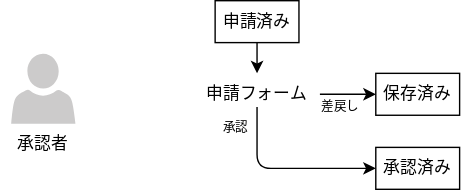
Above: docs/approverProcess.drawio.svg in of3jlmssoo/small-app-django-bootstrap-django-tables2- (draw.io), before the change. Source tidied: cells renumbered, new cells last; positions are measured from the earlier drawing's top-left corner, leaving out a move shared by most shapes. Its diagram source:
```xml
<mxGraphModel background="#ffffff">
  <root>
    <mxCell id="0" />
    <mxCell id="1" parent="0" />
    <mxCell id="2" style="sketch=0;shadow=0;dashed=0;html=1;strokeColor=none;labelPosition=center;verticalLabelPosition=bottom;verticalAlign=top;align=center;shape=mxgraph.office.users.user;fillColor=#CCCBCB;" parent="1" vertex="1">
      <mxGeometry x="7" y="38" width="46" height="50" as="geometry" />
    </mxCell>
    <mxCell id="3" value="承認者" style="text;html=1;strokeColor=none;fillColor=none;align=center;verticalAlign=middle;whiteSpace=wrap;rounded=0;fontColor=#000000;" parent="1" vertex="1">
      <mxGeometry y="88" width="60" height="30" as="geometry" />
    </mxCell>
    <mxCell id="4" value="承認済み" style="text;html=1;strokeColor=#000000;fillColor=none;align=center;verticalAlign=middle;whiteSpace=wrap;rounded=0;fontColor=#000000;" parent="1" vertex="1">
      <mxGeometry x="268" y="105" width="60" height="30" as="geometry" />
    </mxCell>
    <mxCell id="5" value="申請済み" style="text;html=1;strokeColor=#000000;fillColor=none;align=center;verticalAlign=middle;whiteSpace=wrap;rounded=0;fontColor=#000000;" parent="1" vertex="1">
      <mxGeometry x="153" width="60" height="30" as="geometry" />
    </mxCell>
    <mxCell id="6" value="申請フォーム" style="text;html=1;strokeColor=none;fillColor=none;align=center;verticalAlign=middle;whiteSpace=wrap;rounded=0;fontColor=#000000;" parent="1" vertex="1">
      <mxGeometry x="138" y="52" width="90" height="30" as="geometry" />
    </mxCell>
    <mxCell id="7" style="endArrow=classic;html=1;fontColor=#000000;strokeColor=#000000;entryX=0.5;entryY=0;entryDx=0;entryDy=0;" parent="1" edge="1" source="5" target="6">
      <mxGeometry relative="1" as="geometry" />
    </mxCell>
    <mxCell id="8" value="保存済み" style="text;html=1;strokeColor=#000000;fillColor=none;align=center;verticalAlign=middle;whiteSpace=wrap;rounded=0;fontColor=#000000;" parent="1" vertex="1">
      <mxGeometry x="268" y="52" width="60" height="30" as="geometry" />
    </mxCell>
    <mxCell id="9" style="endArrow=classic;html=1;fontColor=#000000;strokeColor=#000000;entryX=0;entryY=0.5;entryDx=0;entryDy=0;exitX=1;exitY=0.5;exitDx=0;exitDy=0;" parent="1" edge="1" source="6" target="8">
      <mxGeometry relative="1" as="geometry" />
    </mxCell>
    <mxCell id="10" value="承認" style="text;html=1;strokeColor=none;fillColor=none;align=center;verticalAlign=middle;whiteSpace=wrap;rounded=0;fontColor=#000000;fontSize=9;" parent="1" vertex="1">
      <mxGeometry x="138" y="76" width="60" height="30" as="geometry" />
    </mxCell>
    <mxCell id="11" value="差戻し" style="text;html=1;strokeColor=none;fillColor=none;align=center;verticalAlign=middle;whiteSpace=wrap;rounded=0;fontColor=#000000;fontSize=9;" parent="1" vertex="1">
      <mxGeometry x="213" y="61" width="60" height="30" as="geometry" />
    </mxCell>
    <mxCell id="12" style="edgeStyle=segmentEdgeStyle;endArrow=classic;html=1;strokeColor=#000000;exitX=0.75;exitY=0;exitDx=0;exitDy=0;entryX=0;entryY=0.5;entryDx=0;entryDy=0;" parent="1" edge="1" source="10" target="4">
      <mxGeometry relative="1" as="geometry">
        <Array as="points">
          <mxPoint x="183" y="120" />
        </Array>
      </mxGeometry>
    </mxCell>
  </root>
</mxGraphModel>
```
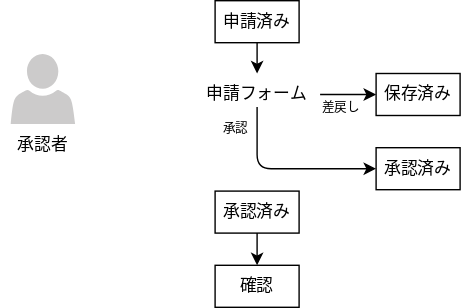
The same file after the commit.

Diff of the diagram source:
```diff
@@ -39,5 +39,14 @@
         </Array>
       </mxGeometry>
     </mxCell>
+    <mxCell id="13" value="承認済み" style="text;html=1;strokeColor=#000000;fillColor=none;align=center;verticalAlign=middle;whiteSpace=wrap;rounded=0;fontColor=#000000;" parent="1" vertex="1">
+      <mxGeometry x="153" y="136" width="60" height="30" as="geometry" />
+    </mxCell>
+    <mxCell id="14" value="確認" style="text;html=1;strokeColor=#000000;fillColor=none;align=center;verticalAlign=middle;whiteSpace=wrap;rounded=0;fontColor=#000000;" parent="1" vertex="1">
+      <mxGeometry x="153" y="189" width="60" height="30" as="geometry" />
+    </mxCell>
+    <mxCell id="15" style="endArrow=classic;html=1;fontColor=#000000;strokeColor=#000000;entryX=0.5;entryY=0;entryDx=0;entryDy=0;exitX=0.5;exitY=1;exitDx=0;exitDy=0;" parent="1" edge="1" source="13" target="14">
+      <mxGeometry relative="1" as="geometry" />
+    </mxCell>
   </root>
 </mxGraphModel>
```
